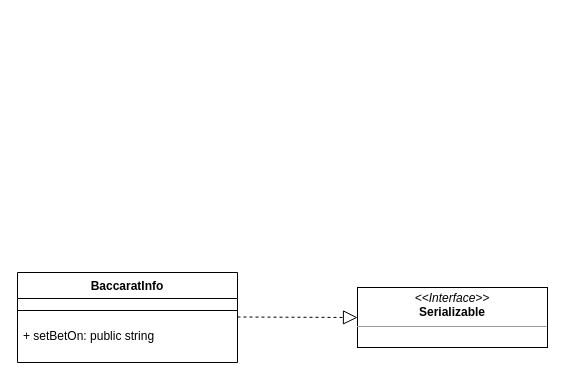
Above: page "Client UML Diagram" (2 of 3) of networked_baccarat.drawio in meganmehta/baccarat_game (draw.io), before the change. Source tidied: cells renumbered, new cells numbered last; positions are measured from the earlier drawing's top-left corner, leaving out a move shared by most shapes. Both pictures are drawn from the tidied source at 100%, with x=0, y=0 at pixel (17, 272).
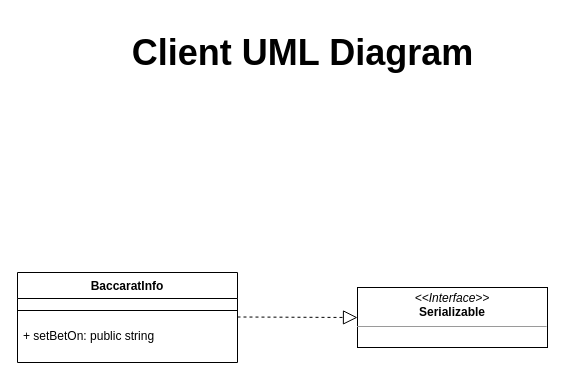
After the change.

The edit, as a diff of the source:
```diff
@@
 <mxGraphModel>
   <root>
     <mxCell id="0" />
     <mxCell id="1" parent="0" />
     <mxCell id="2" value="&lt;p style=&quot;margin: 0px ; margin-top: 4px ; text-align: center&quot;&gt;&lt;i&gt;&amp;lt;&amp;lt;Interface&amp;gt;&amp;gt;&lt;/i&gt;&lt;br&gt;&lt;b&gt;Serializable&lt;/b&gt;&lt;/p&gt;&lt;hr size=&quot;1&quot;&gt;&lt;p style=&quot;margin: 0px ; margin-left: 4px&quot;&gt;&lt;br&gt;&lt;/p&gt;&lt;hr size=&quot;1&quot;&gt;&lt;p style=&quot;margin: 0px ; margin-left: 4px&quot;&gt;&lt;br&gt;&lt;/p&gt;" style="verticalAlign=top;align=left;overflow=fill;fontSize=12;fontFamily=Helvetica;html=1;" parent="1" vertex="1">
       <mxGeometry x="340" y="15" width="190" height="60" as="geometry" />
     </mxCell>
     <mxCell id="3" style="endArrow=block;dashed=1;endFill=0;endSize=12;html=1;rounded=0;" parent="1" edge="1">
       <mxGeometry relative="1" as="geometry">
         <mxPoint x="220" y="44.5" as="sourcePoint" />
         <mxPoint x="340" y="45" as="targetPoint" />
       </mxGeometry>
     </mxCell>
     <mxCell id="4" value="BaccaratInfo" style="swimlane;fontStyle=1;align=center;verticalAlign=top;horizontal=1;startSize=26;" parent="1" vertex="1">
       <mxGeometry width="220" height="90" as="geometry" />
     </mxCell>
     <mxCell id="5" style="line;strokeWidth=1;fillColor=none;align=left;verticalAlign=middle;spacingTop=-1;spacingLeft=3;spacingRight=3;labelPosition=right;" parent="4" vertex="1">
       <mxGeometry y="26" width="220" height="24" as="geometry" />
     </mxCell>
     <mxCell id="6" value="+ setBetOn: public string  " style="text;strokeColor=none;fillColor=none;align=left;verticalAlign=top;spacingLeft=4;spacingRight=4;overflow=hidden;" parent="4" vertex="1">
       <mxGeometry y="50" width="220" height="40" as="geometry" />
     </mxCell>
+    <mxCell id="7" value="&lt;font style=&quot;font-size: 36px&quot;&gt;Client UML Diagram&lt;/font&gt;" style="text;strokeColor=none;fillColor=none;html=1;fontSize=24;fontStyle=1;verticalAlign=middle;align=center;" parent="1" vertex="1">
+      <mxGeometry x="175" y="-255" width="220" height="70" as="geometry" />
+    </mxCell>
   </root>
 </mxGraphModel>
```
